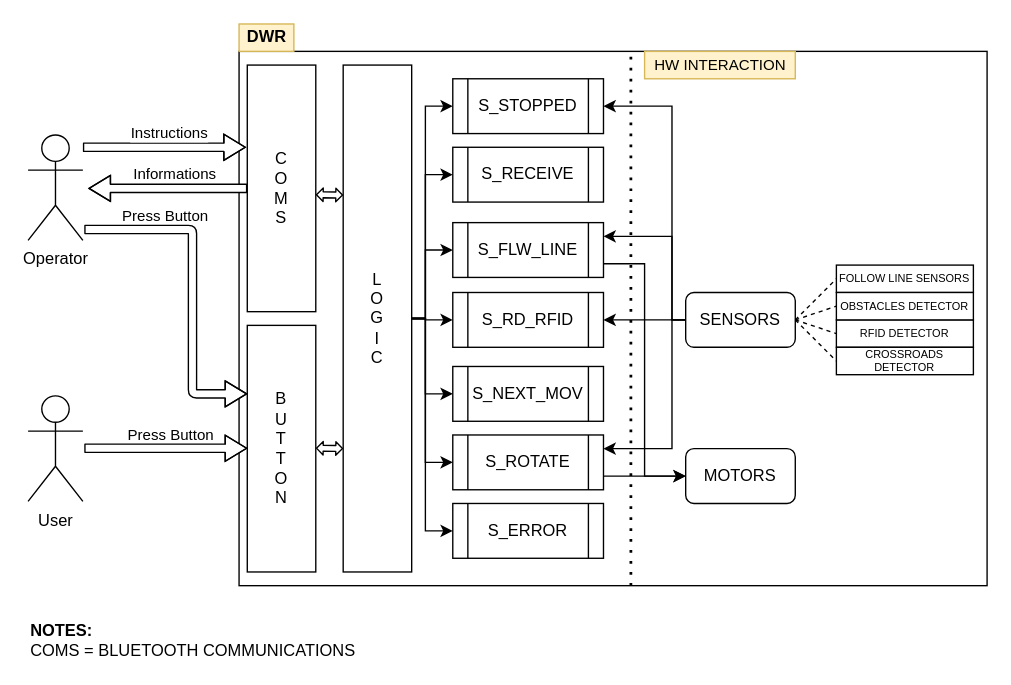
LPI-2020/DWR-19 keeps this draw.io diagram as page "SysDiagram_v2" (2 of 6) of 03Flowcharts/System_Diagram.drawio. Above is the earlier version. Source tidied: cells renumbered, new cells numbered last; positions are measured from the earlier drawing's top-left corner, leaving out a move shared by most shapes. Both pictures are drawn from the tidied source at 137%, with x=0, y=0 at pixel (27, 23).
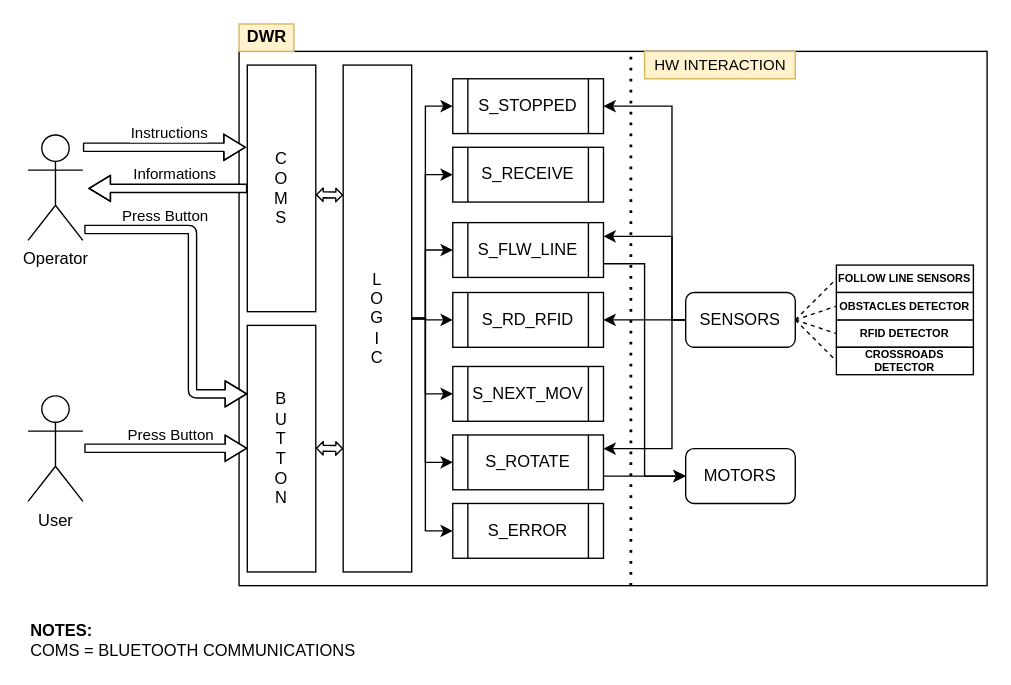
The same page after the edit.

Commit message (it also covers changes not shown here):
Arquitetura e Modulos Utilizados in progress

What changed in the source:
```diff
@@
-    <mxCell id="19" value="RFID DETECTOR" style="rounded=0;whiteSpace=wrap;html=1;fontSize=8;" parent="1" vertex="1">
+    <mxCell id="19" value="RFID DETECTOR" style="rounded=0;whiteSpace=wrap;html=1;fontSize=8;fontStyle=1;" parent="1" vertex="1">
       <mxGeometry x="590" y="216" width="100" height="20" as="geometry" />
     </mxCell>
-    <mxCell id="20" value="CROSSROADS DETECTOR" style="rounded=0;whiteSpace=wrap;html=1;fontSize=8;" parent="1" vertex="1">
+    <mxCell id="20" value="CROSSROADS DETECTOR" style="rounded=0;whiteSpace=wrap;html=1;fontSize=8;fontStyle=1;" parent="1" vertex="1">
       <mxGeometry x="590" y="236" width="100" height="20" as="geometry" />
     </mxCell>
-    <mxCell id="21" value="FOLLOW LINE SENSORS" style="rounded=0;whiteSpace=wrap;html=1;fontSize=8;" parent="1" vertex="1">
+    <mxCell id="21" value="FOLLOW LINE SENSORS" style="rounded=0;whiteSpace=wrap;html=1;fontSize=8;fontStyle=1;" parent="1" vertex="1">
       <mxGeometry x="590" y="176" width="100" height="20" as="geometry" />
     </mxCell>
-    <mxCell id="22" value="OBSTACLES DETECTOR" style="rounded=0;whiteSpace=wrap;html=1;fontSize=8;" parent="1" vertex="1">
+    <mxCell id="22" value="OBSTACLES DETECTOR" style="rounded=0;whiteSpace=wrap;html=1;fontSize=8;fontStyle=1;" parent="1" vertex="1">
       <mxGeometry x="590" y="196" width="100" height="20" as="geometry" />
     </mxCell>
```
